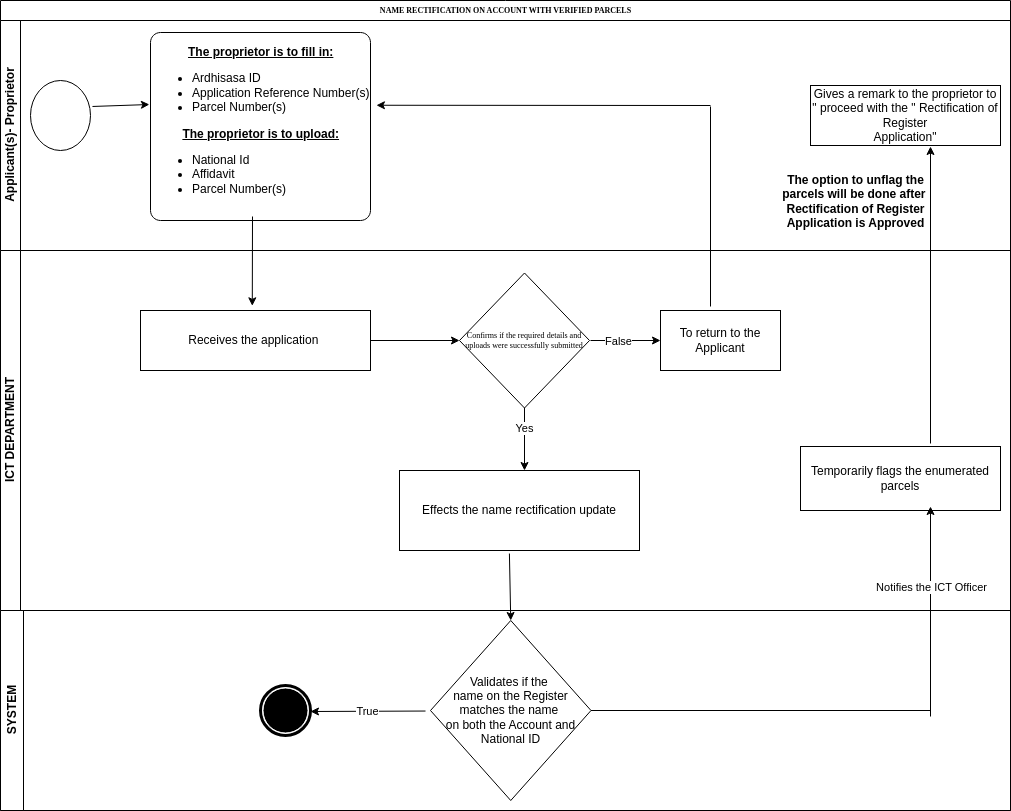
Before: ACCOUNT NAME RECTIFICATION.drawio.png, a diagram exported from draw.io (NjeriNjeru/BPMN). Source tidied: cells renumbered, new cells last; positions are measured from the earlier drawing's top-left corner, leaving out a move shared by most shapes.
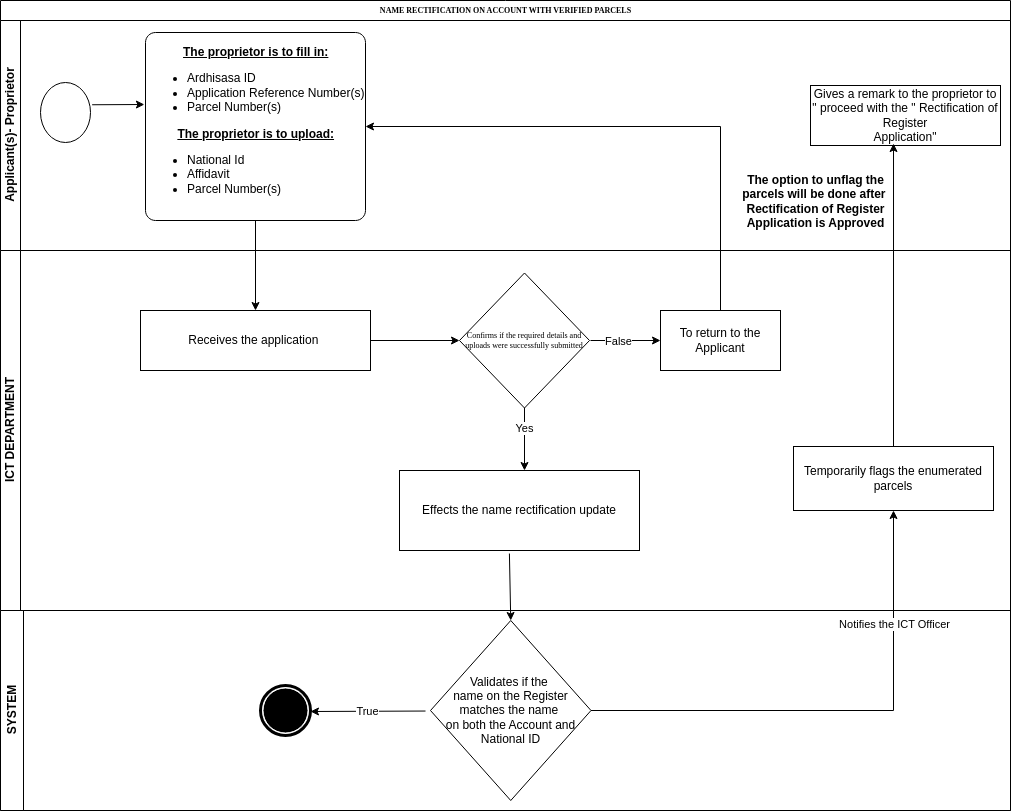
Later version of the same file.

What changed in the source:
```diff
@@ -9,13 +9,13 @@
       <mxGeometry y="20" width="1010" height="230" as="geometry" />
     </mxCell>
     <mxCell id="4" style="ellipse;whiteSpace=wrap;html=1;rounded=0;shadow=0;labelBackgroundColor=none;strokeWidth=1;fontFamily=Verdana;fontSize=8;align=center;" parent="3" vertex="1">
-      <mxGeometry x="30" y="60" width="60" height="70" as="geometry" />
+      <mxGeometry x="40" y="62" width="50" height="60" as="geometry" />
     </mxCell>
     <mxCell id="5" value="&lt;h6&gt;&lt;br&gt;&lt;/h6&gt;" style="text;html=1;align=center;verticalAlign=middle;strokeColor=none;fillColor=none;" parent="3" vertex="1">
       <mxGeometry x="330" y="130" width="20" height="60" as="geometry" />
     </mxCell>
     <mxCell id="6" value="&lt;div style=&quot;text-align: center;&quot;&gt;&lt;b&gt;&lt;u&gt;The proprietor is to fill in:&lt;/u&gt;&lt;/b&gt;&lt;/div&gt;&lt;div&gt;&lt;ul&gt;&lt;li&gt;Ardhisasa ID&lt;/li&gt;&lt;li&gt;Application Reference Number(s)&lt;/li&gt;&lt;li&gt;Parcel Number(s)&lt;/li&gt;&lt;/ul&gt;&lt;b&gt;&lt;div style=&quot;text-align: center;&quot;&gt;&lt;b style=&quot;background-color: initial;&quot;&gt;&lt;u&gt;The proprietor is to upload:&lt;/u&gt;&lt;/b&gt;&lt;/div&gt;&lt;/b&gt;&lt;/div&gt;&lt;div&gt;&lt;ul&gt;&lt;li&gt;National Id&lt;/li&gt;&lt;li&gt;Affidavit&lt;/li&gt;&lt;li&gt;Parcel Number(s)&lt;/li&gt;&lt;/ul&gt;&lt;/div&gt;" style="points=[[0.25,0,0],[0.5,0,0],[0.75,0,0],[1,0.25,0],[1,0.5,0],[1,0.75,0],[0.75,1,0],[0.5,1,0],[0.25,1,0],[0,0.75,0],[0,0.5,0],[0,0.25,0]];shape=mxgraph.bpmn.task;whiteSpace=wrap;rectStyle=rounded;size=10;html=1;taskMarker=abstract;align=left;" parent="3" vertex="1">
-      <mxGeometry x="150" y="12" width="220" height="188" as="geometry" />
+      <mxGeometry x="145" y="12" width="220" height="188" as="geometry" />
     </mxCell>
     <mxCell id="7" style="endArrow=classic;html=1;rounded=0;exitX=1.033;exitY=0.371;exitDx=0;exitDy=0;exitPerimeter=0;entryX=-0.005;entryY=0.383;entryDx=0;entryDy=0;entryPerimeter=0;" parent="3" edge="1" source="4" target="6">
       <mxGeometry relative="1" as="geometry" />
@@ -24,7 +24,7 @@
       <mxGeometry x="810" y="65" width="190" height="60" as="geometry" />
     </mxCell>
     <mxCell id="9" value="&lt;b&gt;The option to unflag the&lt;/b&gt;&lt;div&gt;&lt;b&gt;parcels will be done after&amp;nbsp;&lt;/b&gt;&lt;/div&gt;&lt;div&gt;&lt;b&gt;Rectification of Register&lt;/b&gt;&lt;/div&gt;&lt;div&gt;&lt;b&gt;Application is Approved&lt;/b&gt;&lt;/div&gt;" style="text;html=1;align=center;verticalAlign=middle;strokeColor=none;fillColor=none;" parent="3" vertex="1">
-      <mxGeometry x="770" y="146" width="170" height="70" as="geometry" />
+      <mxGeometry x="730" y="146" width="170" height="70" as="geometry" />
     </mxCell>
     <mxCell id="10" style="endArrow=classic;html=1;rounded=0;" parent="2" edge="1">
       <mxGeometry relative="1" as="geometry">
@@ -58,11 +58,6 @@
     <mxCell id="18" value="Effects the name rectification update" style="whiteSpace=wrap;html=1;" parent="12" vertex="1">
       <mxGeometry x="399" y="220" width="240" height="80" as="geometry" />
     </mxCell>
-    <mxCell id="19" style="endArrow=classic;html=1;rounded=0;entryX=0.486;entryY=-0.078;entryDx=0;entryDy=0;entryPerimeter=0;" parent="2" edge="1" target="13">
-      <mxGeometry relative="1" as="geometry">
-        <mxPoint x="252" y="216" as="sourcePoint" />
-      </mxGeometry>
-    </mxCell>
     <mxCell id="20" style="endArrow=classic;html=1;rounded=0;exitX=0.458;exitY=1.038;exitDx=0;exitDy=0;exitPerimeter=0;entryX=0.5;entryY=0;entryDx=0;entryDy=0;" parent="2" edge="1" source="18" target="25">
       <mxGeometry relative="1" as="geometry" />
     </mxCell>
@@ -73,7 +68,7 @@
       <mxGeometry x="660" y="60" width="120" height="60" as="geometry" />
     </mxCell>
     <mxCell id="23" value="&lt;span style=&quot;text-align: left;&quot;&gt;Temporarily flags the enumerated parcels&lt;/span&gt;" style="rounded=0;whiteSpace=wrap;html=1;" parent="21" vertex="1">
-      <mxGeometry x="800" y="196" width="200" height="64" as="geometry" />
+      <mxGeometry x="793" y="196" width="200" height="64" as="geometry" />
     </mxCell>
     <mxCell id="24" value="SYSTEM" style="swimlane;horizontal=0;whiteSpace=wrap;html=1;" parent="2" vertex="1">
       <mxGeometry y="610" width="1010" height="200" as="geometry" />
@@ -84,46 +79,35 @@
     <mxCell id="26" style="shape=mxgraph.bpmn.event;html=1;verticalLabelPosition=bottom;labelBackgroundColor=#ffffff;verticalAlign=top;align=center;perimeter=ellipsePerimeter;outline=end;symbol=terminate;" parent="24" vertex="1">
       <mxGeometry x="260" y="75" width="50" height="50" as="geometry" />
     </mxCell>
-    <mxCell id="27" style="endArrow=classic;html=1;rounded=0;" parent="1" edge="1">
-      <mxGeometry relative="1" as="geometry">
-        <mxPoint x="430" y="216" as="sourcePoint" />
-        <mxPoint x="430" y="216" as="targetPoint" />
-      </mxGeometry>
-    </mxCell>
-    <mxCell id="28" style="endArrow=none;html=1;rounded=0;" parent="1" edge="1">
-      <mxGeometry relative="1" as="geometry">
-        <mxPoint x="710" y="306" as="sourcePoint" />
-        <mxPoint x="710" y="106" as="targetPoint" />
-      </mxGeometry>
-    </mxCell>
-    <mxCell id="29" style="endArrow=classic;html=1;rounded=0;entryX=1.027;entryY=0.387;entryDx=0;entryDy=0;entryPerimeter=0;" parent="1" edge="1" target="6">
-      <mxGeometry relative="1" as="geometry">
-        <mxPoint x="710" y="105" as="sourcePoint" />
-      </mxGeometry>
-    </mxCell>
-    <mxCell id="30" value="True" style="endArrow=classic;html=1;rounded=0;exitX=-0.031;exitY=0.503;exitDx=0;exitDy=0;exitPerimeter=0;" parent="1" edge="1" source="25">
-      <mxGeometry relative="1" as="geometry">
-        <mxPoint x="310" y="711" as="targetPoint" />
-      </mxGeometry>
-    </mxCell>
-    <mxCell id="31" style="endArrow=none;html=1;rounded=0;exitX=1;exitY=0.5;exitDx=0;exitDy=0;" parent="1" edge="1" source="25">
-      <mxGeometry relative="1" as="geometry">
-        <mxPoint x="930" y="710" as="targetPoint" />
-      </mxGeometry>
-    </mxCell>
-    <mxCell id="32" style="edgeStyle=none;orthogonalLoop=1;jettySize=auto;html=1;rounded=0;" parent="1" edge="1">
-      <mxGeometry relative="1" as="geometry">
-        <mxPoint x="930" y="716" as="sourcePoint" />
-        <mxPoint x="930" y="506" as="targetPoint" />
-      </mxGeometry>
-    </mxCell>
+    <mxCell id="35" style="edgeStyle=orthogonalEdgeStyle;rounded=0;jettySize=auto;html=1;entryX=0.5;entryY=1;entryDx=0;entryDy=0;" parent="2" edge="1" source="25" target="23">
+      <mxGeometry relative="1" as="geometry" />
+    </mxCell>
-    <mxCell id="33" value="Notifies the ICT Officer" style="edgeLabel;html=1;align=center;verticalAlign=middle;" parent="32" vertex="1">
-      <mxGeometry x="0.24" relative="1" as="geometry" />
+    <mxCell id="33" value="Notifies the ICT Officer" style="edgeLabel;html=1;align=center;verticalAlign=middle;" parent="35" vertex="1">
+      <mxGeometry x="0.55" relative="1" as="geometry" />
     </mxCell>
-    <mxCell id="34" style="edgeStyle=none;jettySize=auto;html=1;rounded=0;exitX=0.65;exitY=-0.047;exitDx=0;exitDy=0;exitPerimeter=0;" parent="1" edge="1" source="23">
-      <mxGeometry relative="1" as="geometry">
-        <mxPoint x="930" y="146" as="targetPoint" />
-      </mxGeometry>
+    <mxCell id="34" style="edgeStyle=none;jettySize=auto;html=1;rounded=0;entryX=0.437;entryY=0.967;entryDx=0;entryDy=0;entryPerimeter=0;" parent="2" edge="1" source="23" target="8">
+      <mxGeometry relative="1" as="geometry" />
     </mxCell>
+    <mxCell id="36" style="edgeStyle=orthogonalEdgeStyle;rounded=0;jettySize=auto;html=1;entryX=1;entryY=0.5;entryDx=0;entryDy=0;entryPerimeter=0;" parent="2" edge="1" source="22" target="6">
+      <mxGeometry relative="1" as="geometry">
+        <Array as="points">
+          <mxPoint x="720" y="126" />
+        </Array>
+      </mxGeometry>
+    </mxCell>
+    <mxCell id="37" style="edgeStyle=orthogonalEdgeStyle;rounded=0;jettySize=auto;html=1;" parent="2" edge="1" source="6" target="13">
+      <mxGeometry relative="1" as="geometry" />
+    </mxCell>
+    <mxCell id="27" style="endArrow=classic;html=1;rounded=0;" parent="1" edge="1">
+      <mxGeometry relative="1" as="geometry">
+        <mxPoint x="430" y="216" as="sourcePoint" />
+        <mxPoint x="430" y="216" as="targetPoint" />
+      </mxGeometry>
+    </mxCell>
+    <mxCell id="30" value="True" style="endArrow=classic;html=1;rounded=0;exitX=-0.031;exitY=0.503;exitDx=0;exitDy=0;exitPerimeter=0;" parent="1" edge="1" source="25">
+      <mxGeometry relative="1" as="geometry">
+        <mxPoint x="310" y="711" as="targetPoint" />
+      </mxGeometry>
+    </mxCell>
   </root>
 </mxGraphModel>
```
